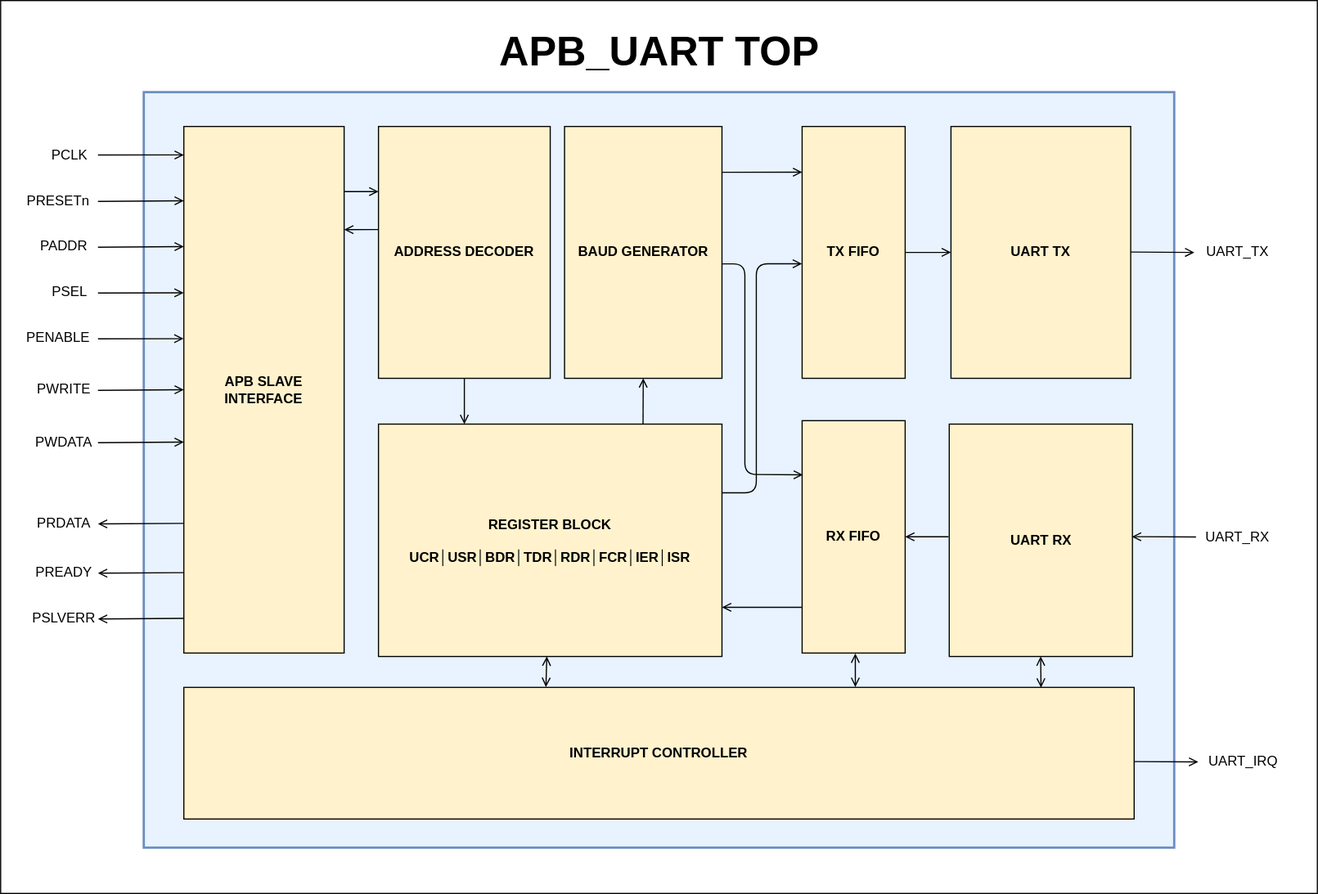
ADN-VLSI/apb-uart keeps this draw.io diagram as document/apb_uart_top.svg. Above is the earlier version. Source tidied: cells renumbered, new cells last; positions are measured from the earlier drawing's top-left corner, leaving out a move shared by most shapes.
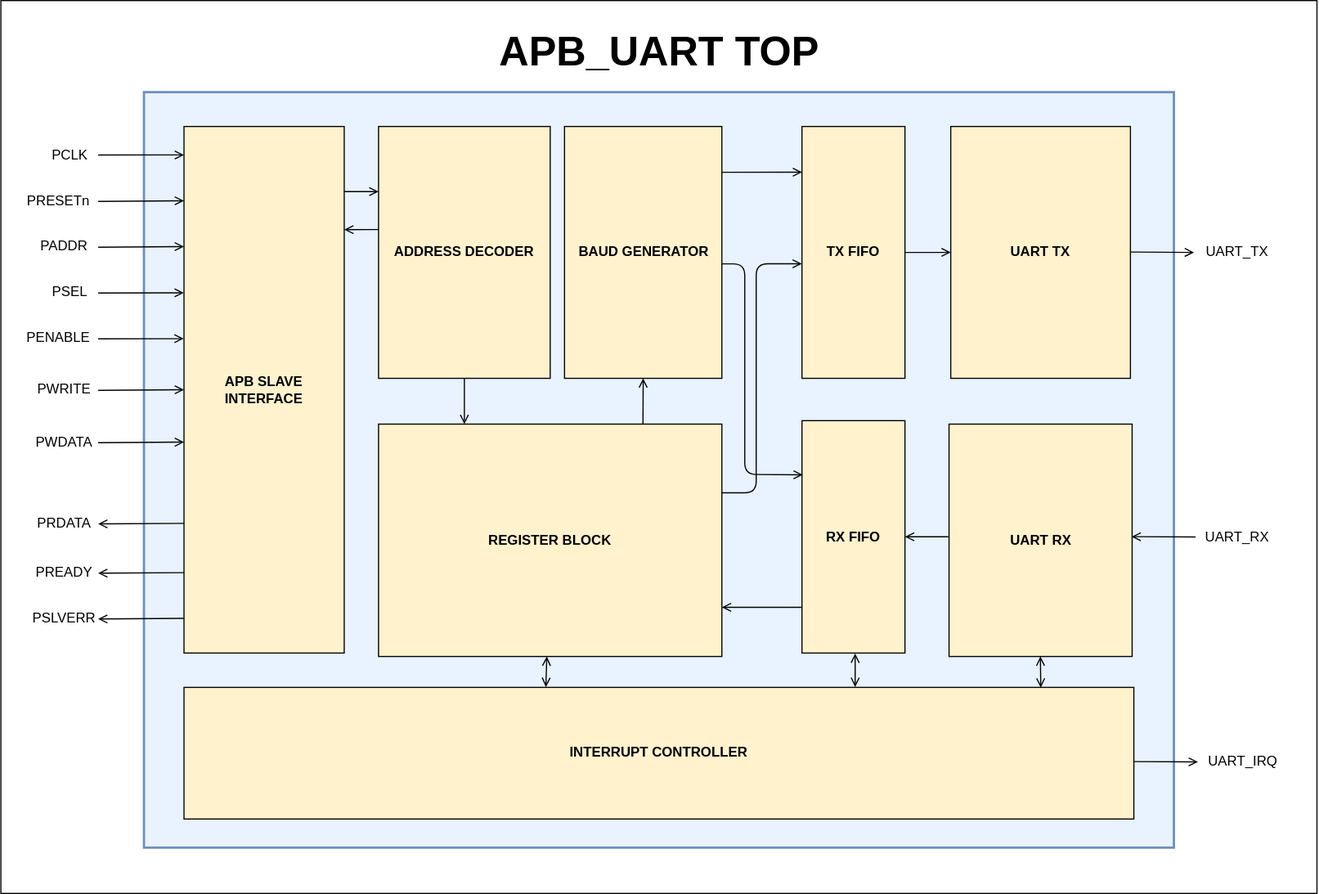
The same diagram one commit later.

Diff of the diagram source:
```diff
@@ -109,7 +109,7 @@
     <mxCell id="29" value="&lt;b&gt;ADDRESS DECODER&lt;/b&gt;" style="whiteSpace=wrap;html=1;fillColor=#fff2cc;strokeColor=#000000;" parent="1" vertex="1">
       <mxGeometry x="330" y="110" width="150" height="220" as="geometry" />
     </mxCell>
-    <mxCell id="30" value="&lt;b&gt;REGISTER BLOCK&lt;/b&gt;&lt;div&gt;&lt;b&gt;&lt;br&gt;&lt;/b&gt;&lt;div&gt;&lt;b&gt;&amp;nbsp;UCR│USR│BDR│TDR│RDR│FCR│IER│ISR&amp;nbsp;&lt;/b&gt;&lt;/div&gt;&lt;/div&gt;" style="whiteSpace=wrap;html=1;fillColor=#fff2cc;strokeColor=#000000;" parent="1" vertex="1">
+    <mxCell id="30" value="&lt;b&gt;REGISTER BLOCK&lt;/b&gt;&lt;b style=&quot;color: rgb(63, 63, 63); background-color: transparent;&quot;&gt;&amp;nbsp;&lt;/b&gt;" style="whiteSpace=wrap;html=1;fillColor=#fff2cc;strokeColor=#000000;" parent="1" vertex="1">
       <mxGeometry x="330" y="370" width="300" height="203" as="geometry" />
     </mxCell>
     <mxCell id="31" style="edgeStyle=none;html=1;entryX=0;entryY=0.054;entryDx=0;entryDy=0;entryPerimeter=0;endArrow=open;endFill=0;exitX=1.001;exitY=0.141;exitDx=0;exitDy=0;exitPerimeter=0;" parent="1" edge="1">
```
